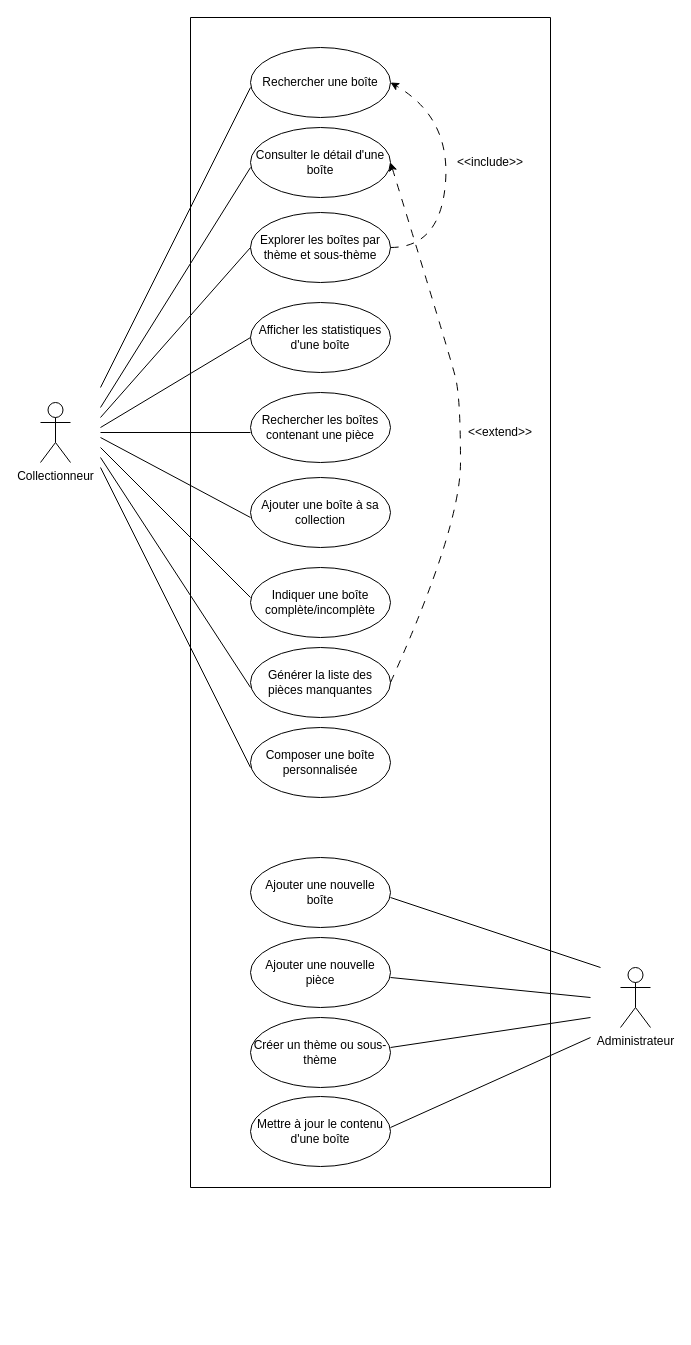
NathanielJusk/SAE-2.01-partie-1-Briqu-IUT-O-POO-Java keeps this draw.io diagram as diagramme-cas-d-utilisation/Diagramme de cas d'utilsation.drawio. Above is the earlier version. Source tidied: cells renumbered, new cells numbered last; positions are measured from the earlier drawing's top-left corner, leaving out a move shared by most shapes. Both pictures are drawn from the tidied source at 100%, with x=0, y=0 at pixel (40, 17).
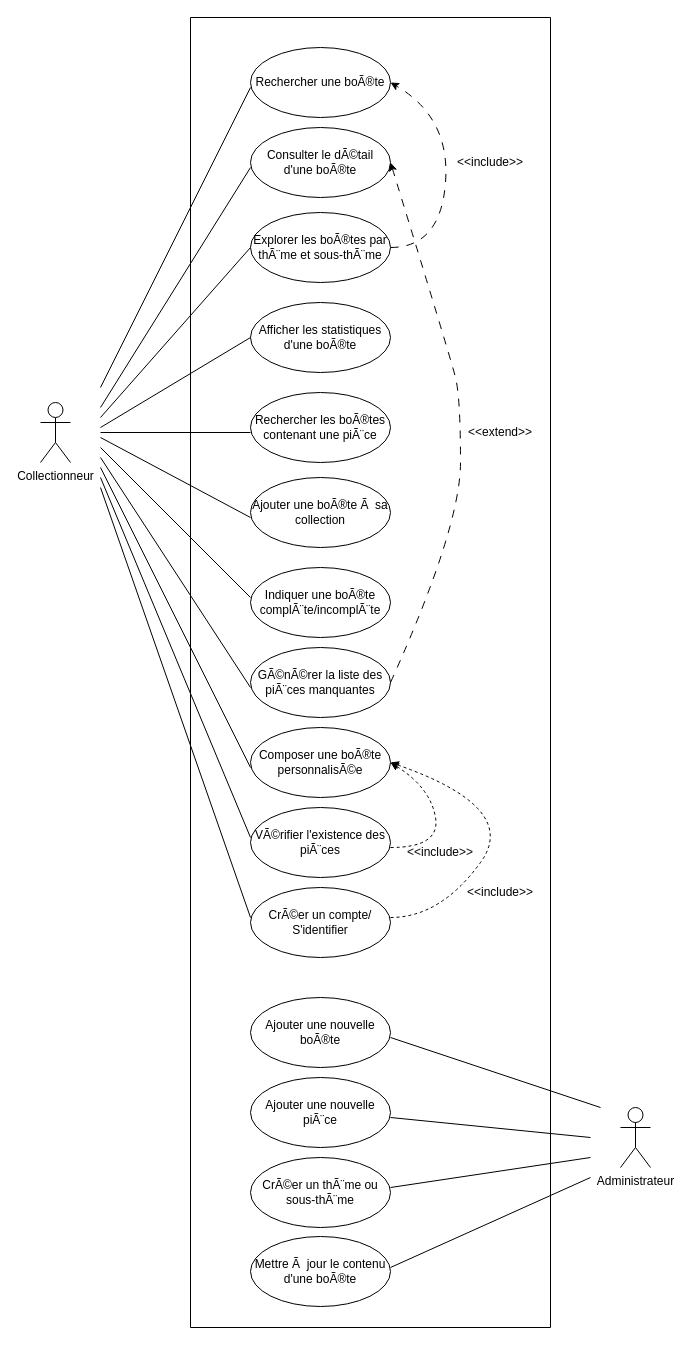
After the change.

Commit message (it also covers changes not shown here):
Correction du diagramme de cas d'utilisation (XML/PNG)

The edit, as a diff of the source:
```diff
@@
-    <mxCell id="2" value="Rechercher une boîte" style="ellipse;whiteSpace=wrap;html=1;" parent="1" vertex="1">
+    <mxCell id="2" value="Rechercher une boÃ®te" style="ellipse;whiteSpace=wrap;html=1;" parent="1" vertex="1">
       <mxGeometry x="210" y="30" width="140" height="70" as="geometry" />
     </mxCell>
-    <mxCell id="3" value="Consulter le détail d'une boîte" style="ellipse;whiteSpace=wrap;html=1;" parent="1" vertex="1">
+    <mxCell id="3" value="Consulter le dÃ©tail d'une boÃ®te" style="ellipse;whiteSpace=wrap;html=1;" parent="1" vertex="1">
       <mxGeometry x="210" y="110" width="140" height="70" as="geometry" />
     </mxCell>
-    <mxCell id="4" value="Explorer les boîtes par thème et sous-thème" style="ellipse;whiteSpace=wrap;html=1;" parent="1" vertex="1">
+    <mxCell id="4" value="Explorer les boÃ®tes par thÃ¨me et sous-thÃ¨me" style="ellipse;whiteSpace=wrap;html=1;" parent="1" vertex="1">
       <mxGeometry x="210" y="195" width="140" height="70" as="geometry" />
     </mxCell>
-    <mxCell id="5" value="Afficher les statistiques d'une boîte" style="ellipse;whiteSpace=wrap;html=1;" parent="1" vertex="1">
+    <mxCell id="5" value="Afficher les statistiques d'une boÃ®te" style="ellipse;whiteSpace=wrap;html=1;" parent="1" vertex="1">
       <mxGeometry x="210" y="285" width="140" height="70" as="geometry" />
     </mxCell>
-    <mxCell id="6" value="Rechercher les boîtes contenant une pièce" style="ellipse;whiteSpace=wrap;html=1;" parent="1" vertex="1">
+    <mxCell id="6" value="Rechercher les boÃ®tes contenant une piÃ¨ce" style="ellipse;whiteSpace=wrap;html=1;" parent="1" vertex="1">
       <mxGeometry x="210" y="375" width="140" height="70" as="geometry" />
     </mxCell>
-    <mxCell id="7" value="Ajouter une boîte à sa collection" style="ellipse;whiteSpace=wrap;html=1;" parent="1" vertex="1">
+    <mxCell id="7" value="Ajouter une boÃ®te Ã  sa collection" style="ellipse;whiteSpace=wrap;html=1;" parent="1" vertex="1">
       <mxGeometry x="210" y="460" width="140" height="70" as="geometry" />
     </mxCell>
-    <mxCell id="8" value="Indiquer une boîte complète/incomplète" style="ellipse;whiteSpace=wrap;html=1;" parent="1" vertex="1">
+    <mxCell id="8" value="Indiquer une boÃ®te complÃ¨te/incomplÃ¨te" style="ellipse;whiteSpace=wrap;html=1;" parent="1" vertex="1">
       <mxGeometry x="210" y="550" width="140" height="70" as="geometry" />
     </mxCell>
-    <mxCell id="9" value="Générer la liste des pièces manquantes" style="ellipse;whiteSpace=wrap;html=1;" parent="1" vertex="1">
+    <mxCell id="9" value="GÃ©nÃ©rer la liste des piÃ¨ces manquantes" style="ellipse;whiteSpace=wrap;html=1;" parent="1" vertex="1">
       <mxGeometry x="210" y="630" width="140" height="70" as="geometry" />
     </mxCell>
-    <mxCell id="10" value="Composer une boîte personnalisée" style="ellipse;whiteSpace=wrap;html=1;" parent="1" vertex="1">
+    <mxCell id="10" value="Composer une boÃ®te personnalisÃ©e" style="ellipse;whiteSpace=wrap;html=1;" parent="1" vertex="1">
       <mxGeometry x="210" y="710" width="140" height="70" as="geometry" />
     </mxCell>
@@
-    <mxCell id="12" value="Ajouter une nouvelle boîte" style="ellipse;whiteSpace=wrap;html=1;" parent="1" vertex="1">
-      <mxGeometry x="210" y="840" width="140" height="70" as="geometry" />
+    <mxCell id="12" value="Ajouter une nouvelle boÃ®te" style="ellipse;whiteSpace=wrap;html=1;" parent="1" vertex="1">
+      <mxGeometry x="210" y="980" width="140" height="70" as="geometry" />
     </mxCell>
-    <mxCell id="13" value="Ajouter une nouvelle pièce" style="ellipse;whiteSpace=wrap;html=1;" parent="1" vertex="1">
-      <mxGeometry x="210" y="920" width="140" height="70" as="geometry" />
+    <mxCell id="13" value="Ajouter une nouvelle piÃ¨ce" style="ellipse;whiteSpace=wrap;html=1;" parent="1" vertex="1">
+      <mxGeometry x="210" y="1060" width="140" height="70" as="geometry" />
     </mxCell>
-    <mxCell id="14" value="Créer un thème ou sous-thème" style="ellipse;whiteSpace=wrap;html=1;" parent="1" vertex="1">
-      <mxGeometry x="210" y="1000" width="140" height="70" as="geometry" />
+    <mxCell id="14" value="CrÃ©er un thÃ¨me ou sous-thÃ¨me" style="ellipse;whiteSpace=wrap;html=1;" parent="1" vertex="1">
+      <mxGeometry x="210" y="1140" width="140" height="70" as="geometry" />
     </mxCell>
-    <mxCell id="15" value="Mettre à jour le contenu d'une boîte" style="ellipse;whiteSpace=wrap;html=1;" parent="1" vertex="1">
-      <mxGeometry x="210" y="1079" width="140" height="70" as="geometry" />
+    <mxCell id="15" value="Mettre Ã  jour le contenu d'une boÃ®te" style="ellipse;whiteSpace=wrap;html=1;" parent="1" vertex="1">
+      <mxGeometry x="210" y="1219" width="140" height="70" as="geometry" />
     </mxCell>
     <mxCell id="16" value="Administrateur" style="shape=umlActor;verticalLabelPosition=bottom;verticalAlign=top;html=1;" parent="1" vertex="1">
-      <mxGeometry x="580" y="950" width="30" height="60" as="geometry" />
+      <mxGeometry x="580" y="1090" width="30" height="60" as="geometry" />
     </mxCell>
@@
     <mxCell id="26" style="swimlane;startSize=0;" parent="1" vertex="1">
-      <mxGeometry x="150" width="360" height="1170" as="geometry" />
+      <mxGeometry x="150" width="360" height="1310" as="geometry" />
     </mxCell>
@@
     <mxCell id="30" style="endArrow=none;html=1;rounded=0;" parent="26" edge="1">
       <mxGeometry relative="1" as="geometry">
-        <mxPoint x="200" y="880" as="sourcePoint" />
-        <mxPoint x="410" y="950" as="targetPoint" />
+        <mxPoint x="200" y="1020" as="sourcePoint" />
+        <mxPoint x="410" y="1090" as="targetPoint" />
       </mxGeometry>
     </mxCell>
     <mxCell id="31" style="endArrow=none;html=1;rounded=0;" parent="26" edge="1">
       <mxGeometry relative="1" as="geometry">
-        <mxPoint x="200" y="960" as="sourcePoint" />
-        <mxPoint x="400" y="980" as="targetPoint" />
+        <mxPoint x="200" y="1100" as="sourcePoint" />
+        <mxPoint x="400" y="1120" as="targetPoint" />
       </mxGeometry>
     </mxCell>
     <mxCell id="32" style="endArrow=none;html=1;rounded=0;" parent="26" edge="1">
       <mxGeometry relative="1" as="geometry">
-        <mxPoint x="200" y="1030" as="sourcePoint" />
-        <mxPoint x="400" y="1000" as="targetPoint" />
+        <mxPoint x="200" y="1170" as="sourcePoint" />
+        <mxPoint x="400" y="1140" as="targetPoint" />
       </mxGeometry>
     </mxCell>
     <mxCell id="33" style="endArrow=none;html=1;rounded=0;" parent="26" edge="1">
       <mxGeometry relative="1" as="geometry">
-        <mxPoint x="200" y="1110" as="sourcePoint" />
-        <mxPoint x="400" y="1020" as="targetPoint" />
+        <mxPoint x="200" y="1250" as="sourcePoint" />
+        <mxPoint x="400" y="1160" as="targetPoint" />
       </mxGeometry>
     </mxCell>
+    <mxCell id="35" value="VÃ©rifier l'existence des piÃ¨ces" style="ellipse;whiteSpace=wrap;html=1;" parent="26" vertex="1">
+      <mxGeometry x="60" y="790" width="140" height="70" as="geometry" />
+    </mxCell>
+    <mxCell id="36" value="&lt;div&gt;CrÃ©er un compte/&lt;/div&gt;&lt;div&gt;S'identifier&lt;/div&gt;" style="ellipse;whiteSpace=wrap;html=1;" parent="26" vertex="1">
+      <mxGeometry x="60" y="870" width="140" height="70" as="geometry" />
+    </mxCell>
+    <mxCell id="37" style="endArrow=none;html=1;rounded=0;" parent="26" edge="1">
+      <mxGeometry relative="1" as="geometry">
+        <mxPoint x="-90" y="470" as="sourcePoint" />
+        <mxPoint x="60" y="900" as="targetPoint" />
+      </mxGeometry>
+    </mxCell>
+    <mxCell id="38" style="endArrow=none;html=1;rounded=0;" parent="26" edge="1">
+      <mxGeometry relative="1" as="geometry">
+        <mxPoint x="-90" y="460" as="sourcePoint" />
+        <mxPoint x="60" y="820" as="targetPoint" />
+      </mxGeometry>
+    </mxCell>
+    <mxCell id="39" style="curved=1;endArrow=classic;html=1;rounded=0;entryX=1;entryY=0.5;entryDx=0;entryDy=0;dashed=1;" parent="26" edge="1" target="10">
+      <mxGeometry relative="1" as="geometry">
+        <mxPoint x="200" y="900" as="sourcePoint" />
+        <Array as="points">
+          <mxPoint x="250" y="900" />
+          <mxPoint x="330" y="790" />
+        </Array>
+      </mxGeometry>
+    </mxCell>
+    <mxCell id="40" style="curved=1;endArrow=classic;html=1;rounded=0;entryX=1;entryY=0.5;entryDx=0;entryDy=0;dashed=1;" parent="26" edge="1" target="10">
+      <mxGeometry relative="1" as="geometry">
+        <mxPoint x="200" y="830" as="sourcePoint" />
+        <Array as="points">
+          <mxPoint x="250" y="830" />
+          <mxPoint x="240" y="770" />
+        </Array>
+      </mxGeometry>
+    </mxCell>
+    <mxCell id="41" value="&amp;lt;&amp;lt;include&amp;gt;&amp;gt;" style="text;html=1;whiteSpace=wrap;strokeColor=none;fillColor=none;align=center;verticalAlign=middle;rounded=0;" parent="26" vertex="1">
+      <mxGeometry x="220" y="820" width="60" height="30" as="geometry" />
+    </mxCell>
+    <mxCell id="42" value="&amp;lt;&amp;lt;include&amp;gt;&amp;gt;" style="text;html=1;whiteSpace=wrap;strokeColor=none;fillColor=none;align=center;verticalAlign=middle;rounded=0;" parent="26" vertex="1">
+      <mxGeometry x="280" y="860" width="60" height="30" as="geometry" />
+    </mxCell>
```
